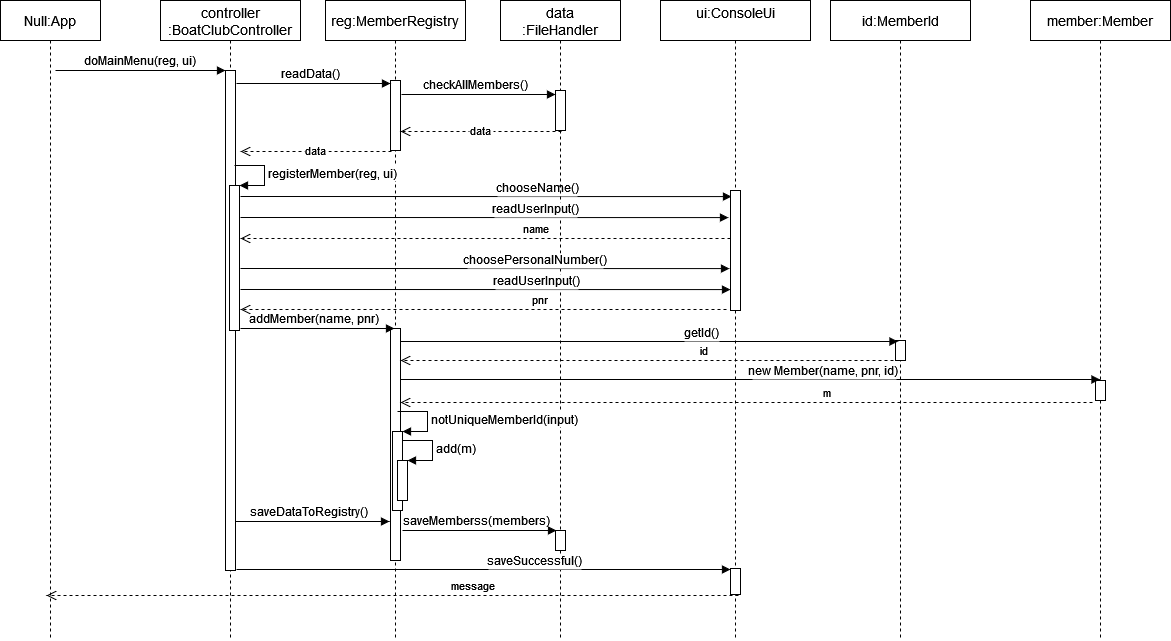
The draw.io diagram img/sequence-diagram.png in Thanhtran34/MVC-boatclub, before a commit. Source tidied: cells renumbered, new cells last; positions are measured from the earlier drawing's top-left corner, leaving out a move shared by most shapes.
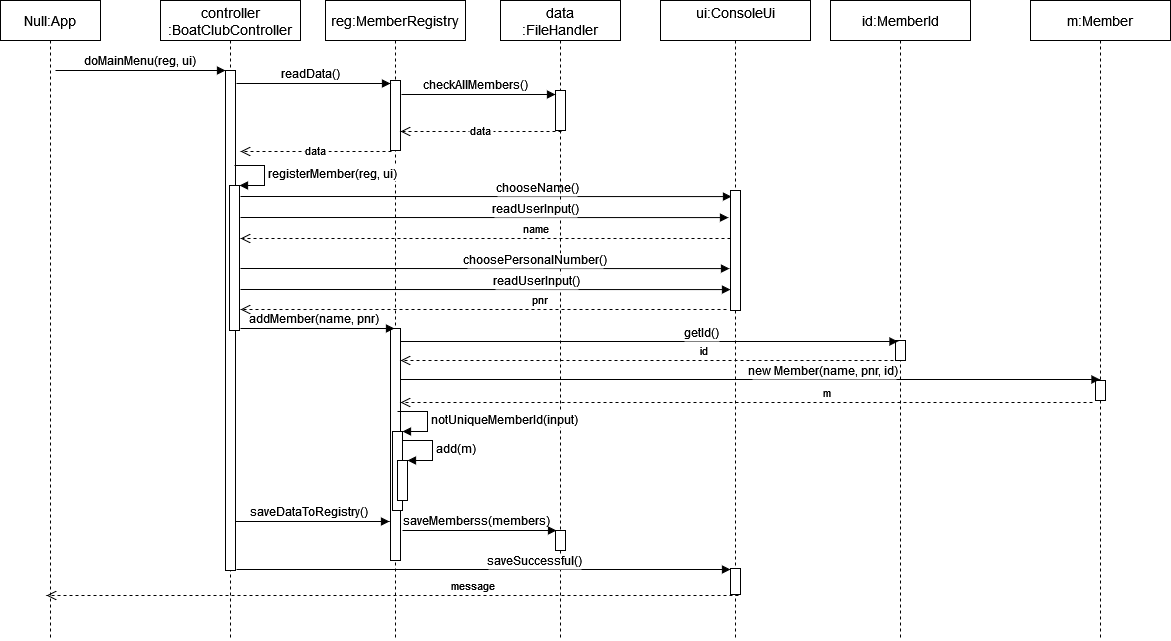
After the change.

The edit, as a diff of the source:
```diff
@@ -40,7 +40,7 @@
     <mxCell id="12" style="html=1;perimeter=orthogonalPerimeter;fontSize=12;" parent="10" vertex="1">
       <mxGeometry x="55" y="530" width="10" height="20" as="geometry" />
     </mxCell>
-    <mxCell id="13" value="member:Member" style="shape=umlLifeline;perimeter=lifelinePerimeter;rounded=0;shadow=0;strokeWidth=1;fontSize=14;" parent="1" vertex="1">
+    <mxCell id="13" value="m:Member" style="shape=umlLifeline;perimeter=lifelinePerimeter;rounded=0;shadow=0;strokeWidth=1;fontSize=14;" parent="1" vertex="1">
       <mxGeometry x="1030" width="140" height="640" as="geometry" />
     </mxCell>
     <mxCell id="14" style="perimeter=orthogonalPerimeter;rounded=0;shadow=0;strokeWidth=1;" parent="13" vertex="1">
```
